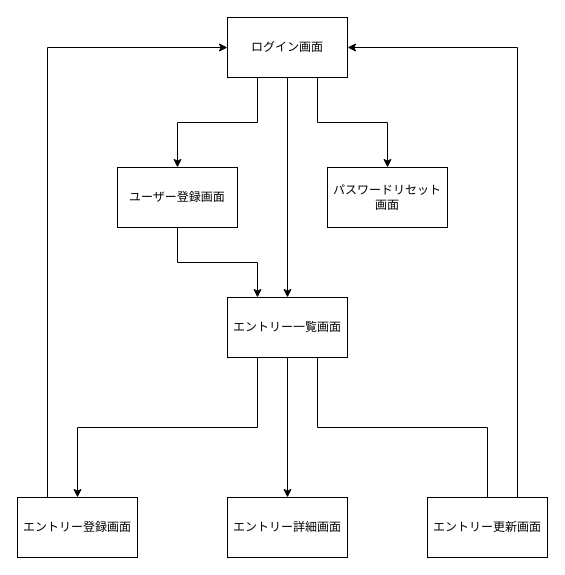
Earlier version of the draw.io diagram page "画面遷移図" (2 of 2) of power_phrase.drawio (k-kazuya0926/power_phrase). Source tidied: cells renumbered, new cells numbered last; positions are measured from the earlier drawing's top-left corner, leaving out a move shared by most shapes. Both pictures are drawn from the tidied source at 100%, with x=0, y=0 at pixel (17, 17).
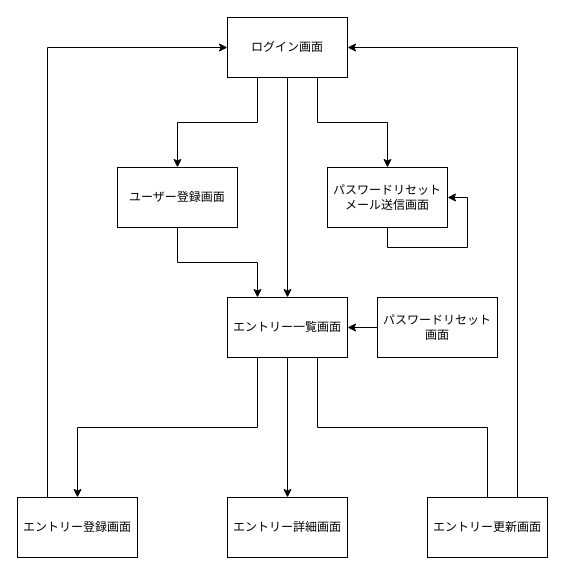
The same page after the edit.

Unchanged cells that the change refers to:
```xml
<mxCell id="5" value="エントリー一覧画面" style="rounded=0;whiteSpace=wrap;html=1;" parent="1" vertex="1">
  <mxGeometry x="210" y="280" width="120" height="60" as="geometry" />
</mxCell>
```

What changed in the source:
```diff
@@
-    <mxCell id="17" value="パスワードリセット画面" style="rounded=0;whiteSpace=wrap;html=1;" parent="1" vertex="1">
+    <mxCell id="17" value="パスワードリセットメール送信画面" style="rounded=0;whiteSpace=wrap;html=1;" parent="1" vertex="1">
       <mxGeometry x="310" y="150" width="120" height="60" as="geometry" />
     </mxCell>
+    <mxCell id="18" style="edgeStyle=orthogonalEdgeStyle;rounded=0;orthogonalLoop=1;jettySize=auto;html=1;exitX=0.5;exitY=1;exitDx=0;exitDy=0;entryX=1;entryY=0.5;entryDx=0;entryDy=0;" parent="1" edge="1" source="17" target="17">
+      <mxGeometry relative="1" as="geometry" />
+    </mxCell>
+    <mxCell id="19" style="edgeStyle=orthogonalEdgeStyle;rounded=0;jettySize=auto;html=1;exitX=0;exitY=0.5;exitDx=0;exitDy=0;entryX=1;entryY=0.5;entryDx=0;entryDy=0;" parent="1" edge="1" source="20" target="5">
+      <mxGeometry relative="1" as="geometry" />
+    </mxCell>
+    <mxCell id="20" value="パスワードリセット画面" style="rounded=0;whiteSpace=wrap;html=1;" parent="1" vertex="1">
+      <mxGeometry x="360" y="280" width="120" height="60" as="geometry" />
+    </mxCell>
```
